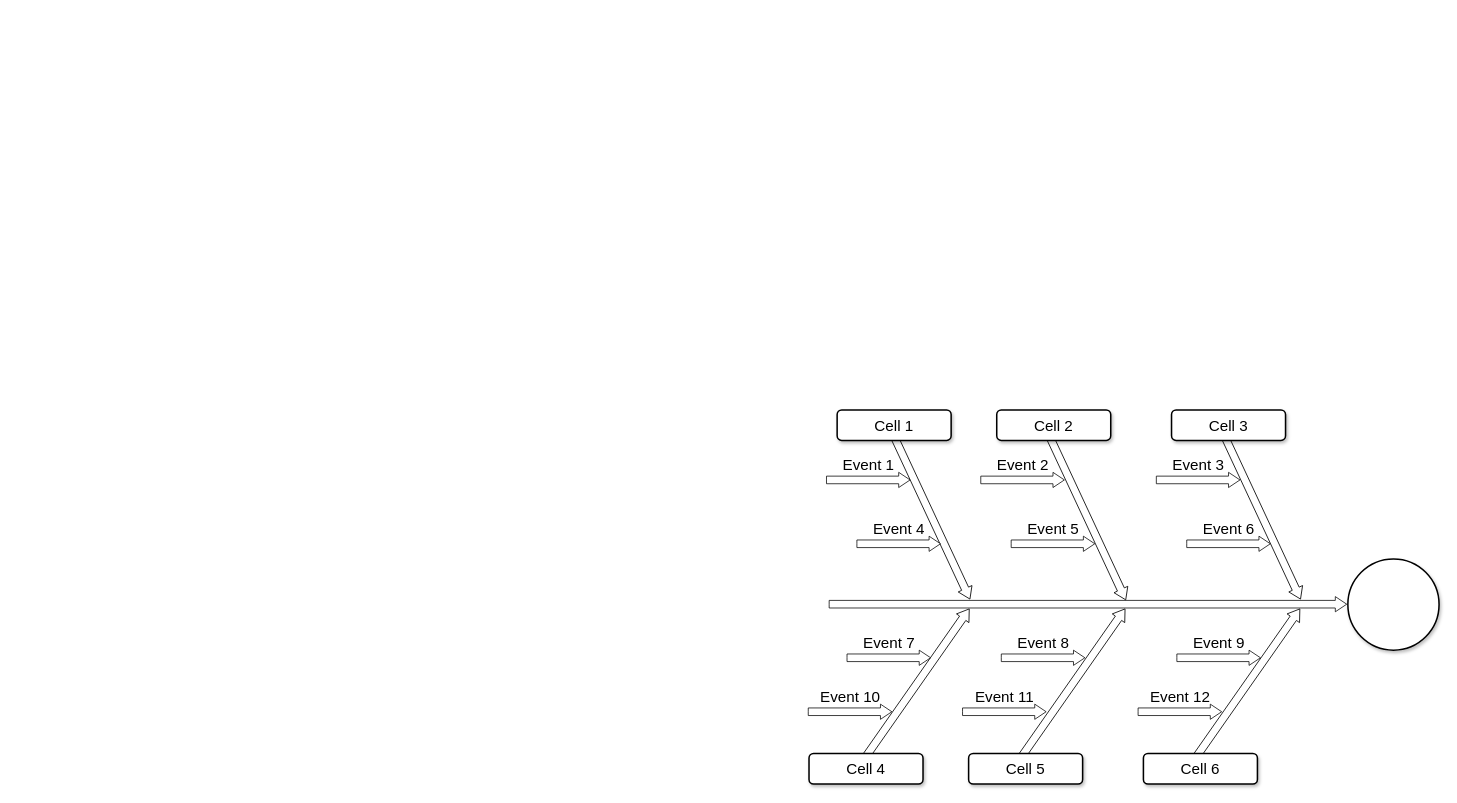
Earlier version of the draw.io diagram Способы подтверждения.drawio (ilyasoloma/draw-io-graphs). Source tidied: cells renumbered, new cells numbered last; positions are measured from the earlier drawing's top-left corner, leaving out a move shared by most shapes. Both pictures are drawn from the tidied source at 76%, with x=0, y=0 at pixel (809, 345).
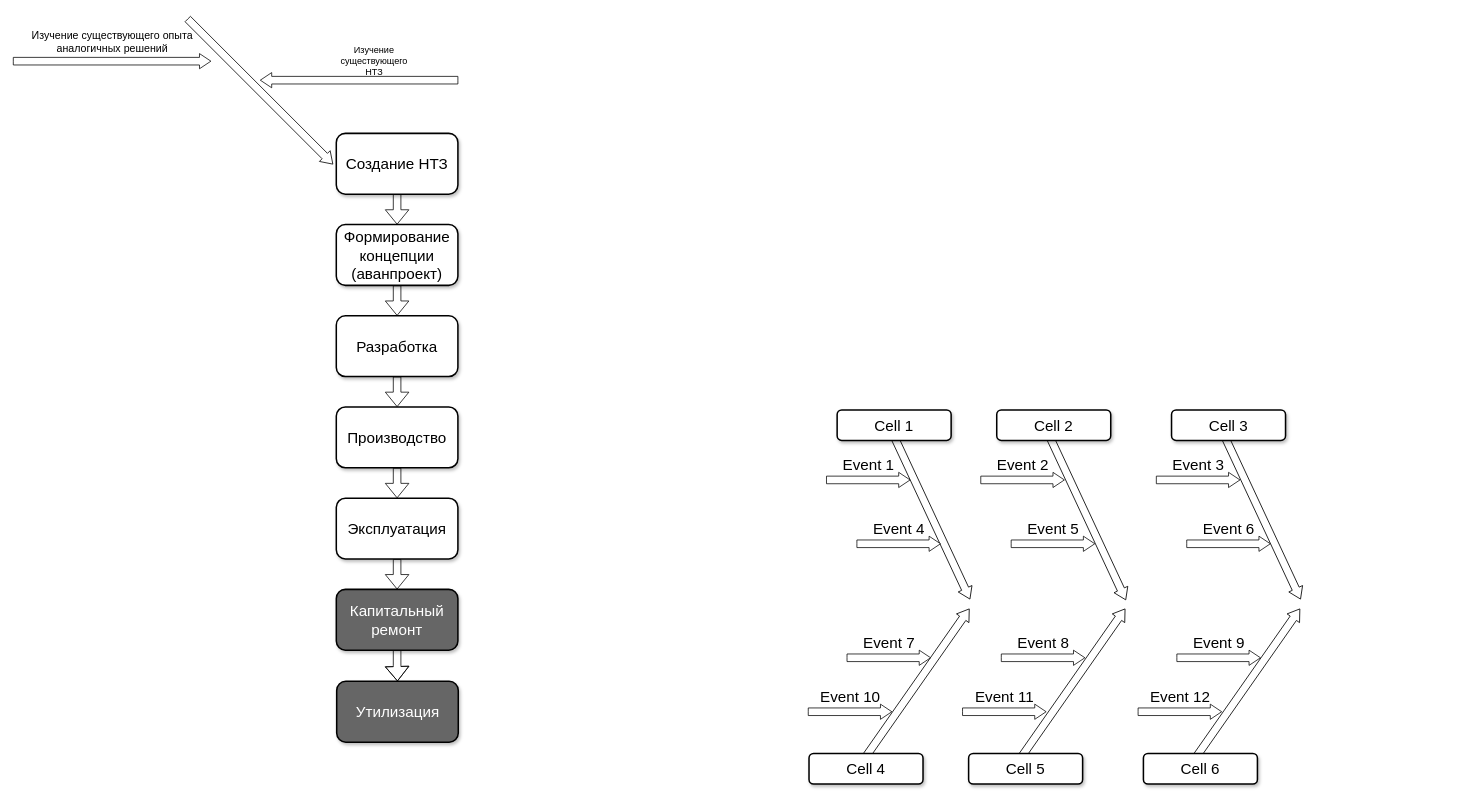
After the change.

Diff of the diagram source:
```diff
@@
-    <mxCell id="5" style="html=1;shadow=0;dashed=0;align=center;verticalAlign=middle;shape=mxgraph.arrows2.arrow;dy=0.5;dx=15;direction=north;notch=0;rounded=0;strokeWidth=1;fontSize=20;rotation=90;" parent="1" vertex="1">
-      <mxGeometry x="357" width="20" height="681" as="geometry" />
-    </mxCell>
@@
-    <mxCell id="15" style="ellipse;whiteSpace=wrap;html=1;rounded=1;shadow=1;strokeWidth=2;fontSize=20;" parent="1" vertex="1">
-      <mxGeometry x="709" y="281" width="120" height="120" as="geometry" />
-    </mxCell>
@@
+    <mxCell id="28" style="edgeStyle=orthogonalEdgeStyle;rounded=0;jettySize=auto;html=1;entryX=0.5;entryY=0;entryDx=0;entryDy=0;shape=flexArrow;" parent="1" edge="1" source="29" target="31">
+      <mxGeometry relative="1" as="geometry" />
+    </mxCell>
+    <mxCell id="29" value="Создание НТЗ" style="rounded=1;whiteSpace=wrap;html=1;shadow=1;strokeWidth=2;fontSize=20;" parent="1" vertex="1">
+      <mxGeometry x="-622" y="-279" width="160" height="80" as="geometry" />
+    </mxCell>
+    <mxCell id="30" style="edgeStyle=orthogonalEdgeStyle;rounded=0;jettySize=auto;html=1;shape=flexArrow;" parent="1" edge="1" source="31" target="33">
+      <mxGeometry relative="1" as="geometry" />
+    </mxCell>
+    <mxCell id="31" value="Формирование концепции (аванпроект)" style="rounded=1;whiteSpace=wrap;html=1;shadow=1;strokeWidth=2;fontSize=20;" parent="1" vertex="1">
+      <mxGeometry x="-622" y="-159" width="160" height="80" as="geometry" />
+    </mxCell>
+    <mxCell id="32" style="edgeStyle=orthogonalEdgeStyle;rounded=0;jettySize=auto;html=1;shape=flexArrow;" parent="1" edge="1" source="33" target="35">
+      <mxGeometry relative="1" as="geometry" />
+    </mxCell>
+    <mxCell id="33" value="Разработка" style="rounded=1;whiteSpace=wrap;html=1;shadow=1;strokeWidth=2;fontSize=20;" parent="1" vertex="1">
+      <mxGeometry x="-622" y="-39" width="160" height="80" as="geometry" />
+    </mxCell>
+    <mxCell id="34" style="edgeStyle=orthogonalEdgeStyle;rounded=0;jettySize=auto;html=1;entryX=0.5;entryY=0;entryDx=0;entryDy=0;shape=flexArrow;" parent="1" edge="1" source="35" target="37">
+      <mxGeometry relative="1" as="geometry" />
+    </mxCell>
+    <mxCell id="35" value="Производство" style="rounded=1;whiteSpace=wrap;html=1;shadow=1;strokeWidth=2;fontSize=20;" parent="1" vertex="1">
+      <mxGeometry x="-622" y="81" width="160" height="80" as="geometry" />
+    </mxCell>
+    <mxCell id="36" style="edgeStyle=orthogonalEdgeStyle;rounded=0;jettySize=auto;html=1;shape=flexArrow;" parent="1" edge="1" source="37" target="39">
+      <mxGeometry relative="1" as="geometry" />
+    </mxCell>
+    <mxCell id="37" value="Эксплуатация" style="rounded=1;whiteSpace=wrap;html=1;shadow=1;strokeWidth=2;fontSize=20;" parent="1" vertex="1">
+      <mxGeometry x="-622" y="201" width="160" height="80" as="geometry" />
+    </mxCell>
+    <mxCell id="38" style="edgeStyle=orthogonalEdgeStyle;rounded=0;jettySize=auto;html=1;shape=flexArrow;" parent="1" edge="1" source="39" target="40">
+      <mxGeometry relative="1" as="geometry" />
+    </mxCell>
+    <mxCell id="39" value="&lt;font color=&quot;#ffffff&quot;&gt;Капитальный ремонт&lt;/font&gt;" style="rounded=1;whiteSpace=wrap;html=1;shadow=1;strokeWidth=2;fontSize=20;fillColor=#666666;strokeColor=#000000;fontColor=#333333;" parent="1" vertex="1">
+      <mxGeometry x="-622" y="321" width="160" height="80" as="geometry" />
+    </mxCell>
+    <mxCell id="40" value="&lt;font color=&quot;#ffffff&quot;&gt;Утилизация&lt;/font&gt;" style="rounded=1;whiteSpace=wrap;html=1;shadow=1;strokeWidth=2;fontSize=20;fillColor=#666666;" parent="1" vertex="1">
+      <mxGeometry x="-621.5" y="442" width="160" height="80" as="geometry" />
+    </mxCell>
+    <mxCell id="41" style="html=1;shadow=0;dashed=0;align=center;verticalAlign=middle;shape=mxgraph.arrows2.arrow;dy=0.5;dx=15;direction=north;notch=0;rounded=0;strokeWidth=1;fontSize=20;rotation=135;" parent="1" vertex="1">
+      <mxGeometry x="-732" y="-469" width="20" height="270" as="geometry" />
+    </mxCell>
+    <mxCell id="42" value="&lt;font style=&quot;font-size: 14px;&quot;&gt;Изучение существующего опыта&lt;/font&gt;&lt;div style=&quot;font-size: 14px;&quot;&gt;&lt;font style=&quot;font-size: 14px;&quot;&gt;аналогичных решений&lt;/font&gt;&lt;/div&gt;&lt;div style=&quot;font-size: 14px;&quot;&gt;&lt;br&gt;&lt;/div&gt;" style="html=1;shadow=0;dashed=0;align=center;verticalAlign=middle;shape=mxgraph.arrows2.arrow;dy=0.5;dx=15;direction=north;notch=0;rounded=0;strokeWidth=1;fontSize=20;rotation=90;horizontal=0;labelPosition=left;verticalLabelPosition=middle;" parent="1" vertex="1">
+      <mxGeometry x="-927" y="-504" width="20" height="260" as="geometry" />
+    </mxCell>
+    <mxCell id="43" value="&lt;div style=&quot;font-size: 14px;&quot;&gt;&lt;br&gt;&lt;/div&gt;" style="html=1;shadow=0;dashed=0;align=center;verticalAlign=middle;shape=mxgraph.arrows2.arrow;dy=0.5;dx=15;direction=north;notch=0;rounded=0;strokeWidth=1;fontSize=20;rotation=-90;horizontal=0;labelPosition=left;verticalLabelPosition=middle;" parent="1" vertex="1">
+      <mxGeometry x="-602" y="-479" width="20" height="260" as="geometry" />
+    </mxCell>
+    <mxCell id="44" value="Изучение существующего НТЗ" style="text;html=1;align=center;verticalAlign=middle;whiteSpace=wrap;rounded=0;" parent="1" vertex="1">
+      <mxGeometry x="-602" y="-389" width="60" height="30" as="geometry" />
+    </mxCell>
```
